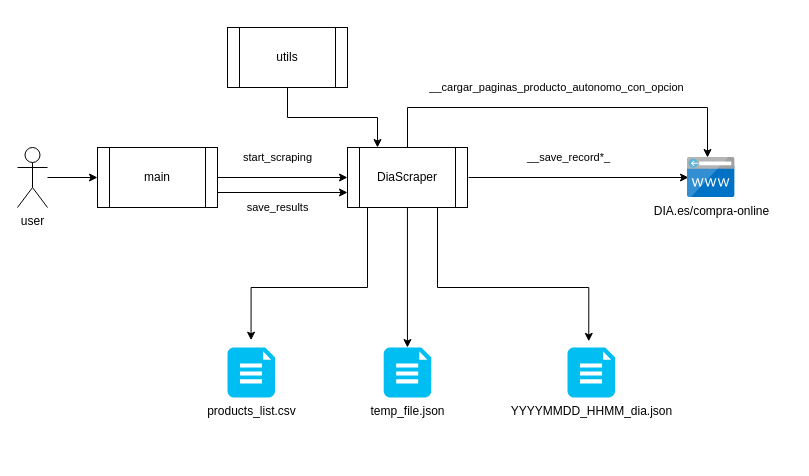
Above: doc/Diseño Técnico.drawio in Carlos-Perez-Ha/FoodECommerceScraper (draw.io), before the change. Source tidied: cells renumbered, new cells numbered last; positions are measured from the earlier drawing's top-left corner, leaving out a move shared by most shapes. Both pictures are drawn from the tidied source at 100%, with x=0, y=0 at pixel (17, 27).
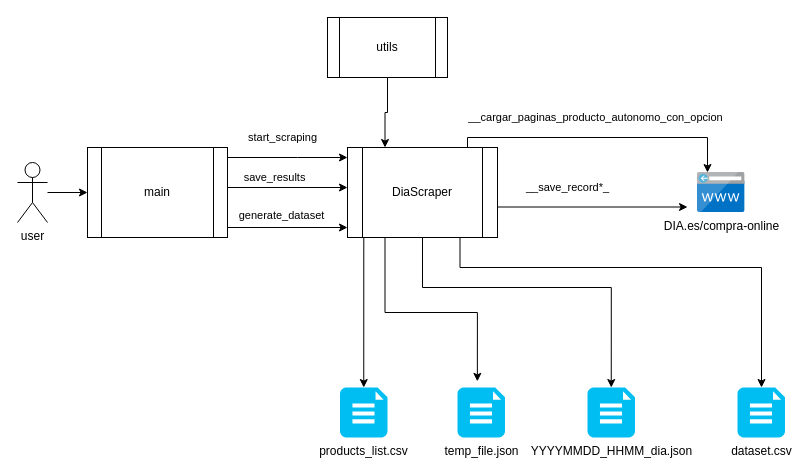
The same diagram, later.

Commit message (it also covers changes not shown here):
Update diseño técnico con la funcion generate_dataset

Diff of the diagram source:
```diff
@@
     <mxCell id="3" value="user&lt;br&gt;" style="shape=umlActor;verticalLabelPosition=bottom;verticalAlign=top;html=1;outlineConnect=0;" parent="1" vertex="1">
-      <mxGeometry y="120" width="30" height="60" as="geometry" />
+      <mxGeometry y="135" width="30" height="60" as="geometry" />
     </mxCell>
     <mxCell id="4" value="__cargar_paginas_producto_autonomo_con_opcion" style="edgeStyle=orthogonalEdgeStyle;rounded=0;jettySize=auto;html=1;" parent="1" edge="1" source="9" target="15">
       <mxGeometry x="-0.03" y="20" relative="1" as="geometry">
         <Array as="points">
-          <mxPoint x="390" y="80" />
-          <mxPoint x="690" y="80" />
+          <mxPoint x="450" y="110" />
+          <mxPoint x="690" y="110" />
         </Array>
       </mxGeometry>
     </mxCell>
     <mxCell id="5" value="__save_record*_" style="edgeStyle=orthogonalEdgeStyle;rounded=0;orthogonalLoop=1;jettySize=auto;html=1;" parent="1" edge="1">
       <mxGeometry x="-0.09" y="20" relative="1" as="geometry">
-        <mxPoint x="451" y="150" as="sourcePoint" />
-        <mxPoint x="671" y="150" as="targetPoint" />
+        <mxPoint x="450" y="179.5" as="sourcePoint" />
+        <mxPoint x="670" y="179.5" as="targetPoint" />
       </mxGeometry>
     </mxCell>
-    <mxCell id="6" style="edgeStyle=orthogonalEdgeStyle;rounded=0;jettySize=auto;html=1;entryX=0.496;entryY=-0.146;entryDx=0;entryDy=0;entryPerimeter=0;" parent="1" edge="1" source="9" target="18">
-      <mxGeometry relative="1" as="geometry">
-        <Array as="points">
-          <mxPoint x="350" y="260" />
-          <mxPoint x="234" y="260" />
-        </Array>
-      </mxGeometry>
-    </mxCell>
+    <mxCell id="19" style="edgeStyle=orthogonalEdgeStyle;rounded=0;jettySize=auto;html=1;exitX=0.75;exitY=1;exitDx=0;exitDy=0;" parent="1" edge="1" source="9" target="21">
+      <mxGeometry relative="1" as="geometry">
+        <Array as="points">
+          <mxPoint x="443" y="240" />
+          <mxPoint x="744" y="240" />
+        </Array>
+      </mxGeometry>
+    </mxCell>
-    <mxCell id="7" style="edgeStyle=orthogonalEdgeStyle;rounded=0;jettySize=auto;html=1;entryX=0.5;entryY=0;entryDx=0;entryDy=0;entryPerimeter=0;" parent="1" edge="1" source="9" target="10">
+    <mxCell id="7" style="edgeStyle=orthogonalEdgeStyle;rounded=0;jettySize=auto;html=1;exitX=0.25;exitY=1;exitDx=0;exitDy=0;entryX=0.418;entryY=-0.123;entryDx=0;entryDy=0;entryPerimeter=0;" parent="1" edge="1" source="9" target="10">
       <mxGeometry relative="1" as="geometry" />
     </mxCell>
-    <mxCell id="8" style="edgeStyle=orthogonalEdgeStyle;rounded=0;jettySize=auto;html=1;entryX=0.448;entryY=-0.123;entryDx=0;entryDy=0;entryPerimeter=0;" parent="1" edge="1" source="9" target="14">
+    <mxCell id="8" style="edgeStyle=orthogonalEdgeStyle;rounded=0;jettySize=auto;html=1;exitX=0.5;exitY=1;exitDx=0;exitDy=0;entryX=0.5;entryY=0;entryDx=0;entryDy=0;entryPerimeter=0;" parent="1" edge="1" source="9" target="14">
       <mxGeometry relative="1" as="geometry">
         <Array as="points">
-          <mxPoint x="420" y="260" />
-          <mxPoint x="571" y="260" />
+          <mxPoint x="405" y="260" />
+          <mxPoint x="594" y="260" />
         </Array>
       </mxGeometry>
     </mxCell>
+    <mxCell id="6" style="edgeStyle=orthogonalEdgeStyle;rounded=0;jettySize=auto;html=1;exitX=0.25;exitY=1;exitDx=0;exitDy=0;entryX=0.5;entryY=0;entryDx=0;entryDy=0;entryPerimeter=0;" parent="1" edge="1" source="9" target="18">
+      <mxGeometry relative="1" as="geometry">
+        <Array as="points">
+          <mxPoint x="346" y="210" />
+        </Array>
+      </mxGeometry>
+    </mxCell>
     <mxCell id="9" value="DiaScraper" style="shape=process;whiteSpace=wrap;html=1;backgroundOutline=1;" parent="1" vertex="1">
-      <mxGeometry x="330" y="120" width="120" height="60" as="geometry" />
+      <mxGeometry x="330" y="120" width="150" height="90" as="geometry" />
     </mxCell>
     <mxCell id="10" value="temp_file.json" style="verticalLabelPosition=bottom;html=1;verticalAlign=top;align=center;strokeColor=none;fillColor=#00BEF2;shape=mxgraph.azure.file_2;" parent="1" vertex="1">
-      <mxGeometry x="366.2" y="320" width="47.5" height="50" as="geometry" />
+      <mxGeometry x="440" y="360" width="47.5" height="50" as="geometry" />
     </mxCell>
     <mxCell id="11" value="start_scraping" style="edgeStyle=orthogonalEdgeStyle;rounded=0;jettySize=auto;html=1;" parent="1" edge="1" source="13" target="9">
-      <mxGeometry x="-0.08" y="20" relative="1" as="geometry" />
+      <mxGeometry x="-0.08" y="20" relative="1" as="geometry">
+        <Array as="points">
+          <mxPoint x="280" y="130" />
+          <mxPoint x="280" y="130" />
+        </Array>
+      </mxGeometry>
     </mxCell>
-    <mxCell id="12" value="save_results" style="edgeStyle=orthogonalEdgeStyle;rounded=0;jettySize=auto;html=1;exitX=1;exitY=0.75;exitDx=0;exitDy=0;entryX=0;entryY=0.75;entryDx=0;entryDy=0;" parent="1" edge="1" source="13" target="9">
-      <mxGeometry x="-0.08" y="-15" relative="1" as="geometry" />
+    <mxCell id="12" value="save_results" style="edgeStyle=orthogonalEdgeStyle;rounded=0;jettySize=auto;html=1;exitX=1;exitY=0.75;exitDx=0;exitDy=0;" parent="1" edge="1" source="13">
+      <mxGeometry y="10" relative="1" as="geometry">
+        <mxPoint x="330" y="160" as="targetPoint" />
+        <Array as="points">
+          <mxPoint x="210" y="160" />
+          <mxPoint x="330" y="160" />
+        </Array>
+      </mxGeometry>
     </mxCell>
+    <mxCell id="20" value="generate_dataset" style="edgeStyle=orthogonalEdgeStyle;rounded=0;jettySize=auto;html=1;exitX=1;exitY=0.75;exitDx=0;exitDy=0;" parent="1" edge="1" source="13">
+      <mxGeometry y="13" relative="1" as="geometry">
+        <mxPoint x="330" y="200" as="targetPoint" />
+        <Array as="points">
+          <mxPoint x="210" y="200" />
+          <mxPoint x="330" y="200" />
+        </Array>
+        <mxPoint y="1" as="offset" />
+      </mxGeometry>
+    </mxCell>
     <mxCell id="13" value="main" style="shape=process;whiteSpace=wrap;html=1;backgroundOutline=1;" parent="1" vertex="1">
-      <mxGeometry x="80" y="120" width="120" height="60" as="geometry" />
+      <mxGeometry x="70" y="120" width="140" height="90" as="geometry" />
     </mxCell>
     <mxCell id="14" value="YYYYMMDD_HHMM_dia.json" style="verticalLabelPosition=bottom;html=1;verticalAlign=top;align=center;strokeColor=none;fillColor=#00BEF2;shape=mxgraph.azure.file_2;" parent="1" vertex="1">
-      <mxGeometry x="550" y="320" width="47.5" height="50" as="geometry" />
+      <mxGeometry x="570" y="360" width="47.5" height="50" as="geometry" />
     </mxCell>
     <mxCell id="15" value="DIA.es/compra-online" style="sketch=0;html=1;points=[];align=center;image;fontSize=12;image=img/lib/mscae/CustomDomain.svg;" parent="1" vertex="1">
-      <mxGeometry x="670" y="130" width="47.6" height="40" as="geometry" />
+      <mxGeometry x="680" y="145" width="47.6" height="40" as="geometry" />
     </mxCell>
@@
     <mxCell id="17" value="utils" style="shape=process;whiteSpace=wrap;html=1;backgroundOutline=1;" parent="1" vertex="1">
-      <mxGeometry x="210" width="120" height="60" as="geometry" />
+      <mxGeometry x="310" y="-10" width="120" height="60" as="geometry" />
     </mxCell>
     <mxCell id="18" value="products_list.csv&lt;br&gt;" style="verticalLabelPosition=bottom;html=1;verticalAlign=top;align=center;strokeColor=none;fillColor=#00BEF2;shape=mxgraph.azure.file_2;" parent="1" vertex="1">
-      <mxGeometry x="210" y="320" width="47.5" height="50" as="geometry" />
+      <mxGeometry x="322.5" y="360" width="47.5" height="50" as="geometry" />
     </mxCell>
+    <mxCell id="21" value="dataset.csv" style="verticalLabelPosition=bottom;html=1;verticalAlign=top;align=center;strokeColor=none;fillColor=#00BEF2;shape=mxgraph.azure.file_2;" parent="1" vertex="1">
+      <mxGeometry x="720" y="360" width="47.5" height="50" as="geometry" />
+    </mxCell>
```
